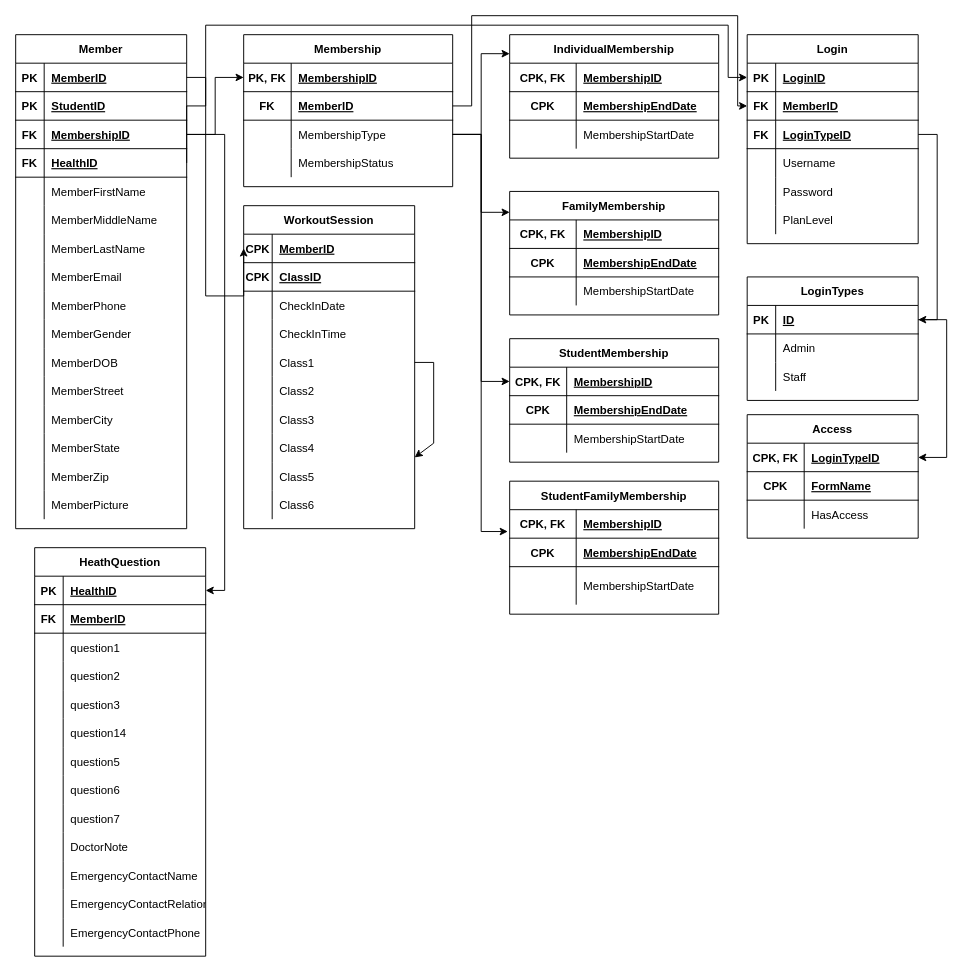
Earlier version of the draw.io diagram Untitled Diagram.drawio (aayushbhurtel/gym-management-system). Source tidied: cells renumbered, new cells numbered last; positions are measured from the earlier drawing's top-left corner, leaving out a move shared by most shapes. Both pictures are drawn from the tidied source at 95%, with x=0, y=0 at pixel (15, 15).
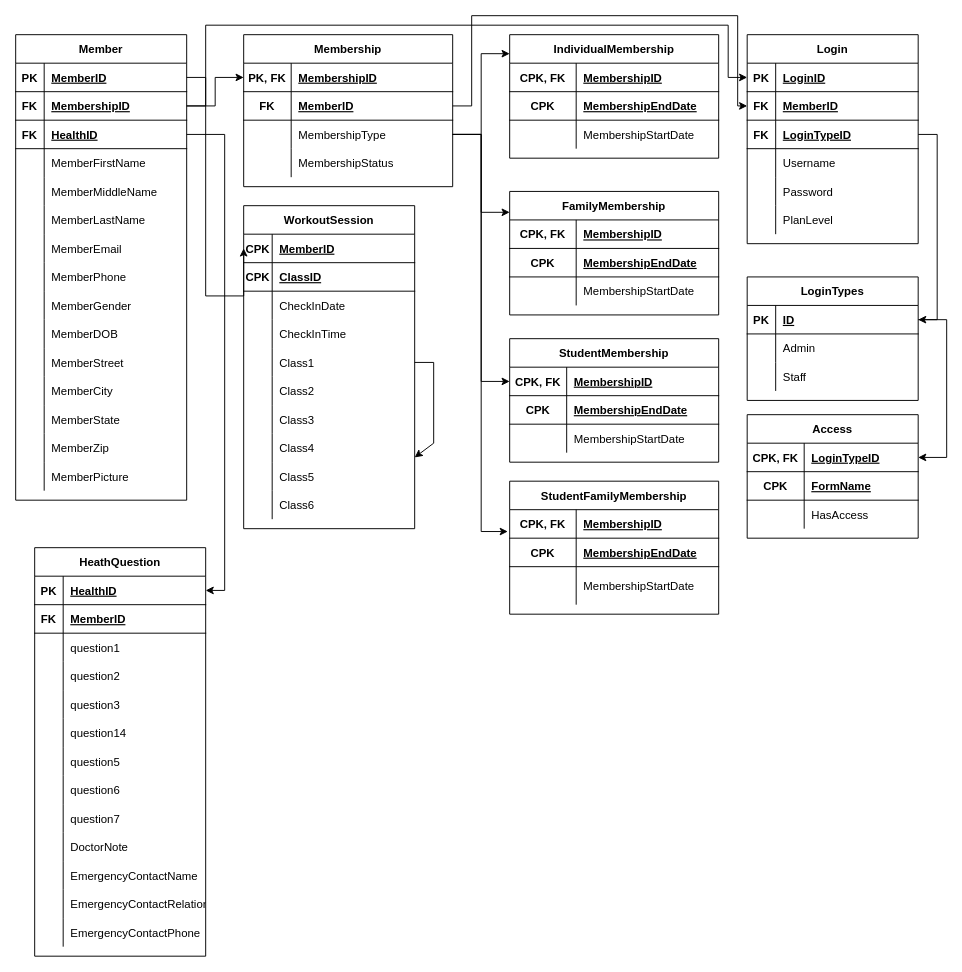
After the change.

The edit, as a diff of the source:
```diff
@@
     <mxCell id="2" value="Member" style="shape=table;startSize=30;childLayout=tableLayout;rowLines=0;fontStyle=1;align=center;" parent="1" vertex="1">
-      <mxGeometry y="20" width="180" height="520" as="geometry" />
+      <mxGeometry y="20" width="180" height="490" as="geometry" />
     </mxCell>
@@
-    <mxCell id="6" style="shape=tableRow;horizontal=0;startSize=0;swimlaneHead=0;swimlaneBody=0;fillColor=none;top=0;left=0;right=0;bottom=1;" parent="2" vertex="1">
-      <mxGeometry y="60" width="180" height="30" as="geometry" />
-    </mxCell>
-    <mxCell id="7" value="PK" style="shape=partialRectangle;fillColor=none;top=0;left=0;bottom=0;right=0;fontStyle=1;overflow=hidden;" parent="6" vertex="1">
-      <mxGeometry width="30" height="30" as="geometry" />
-    </mxCell>
-    <mxCell id="8" value="StudentID" style="shape=partialRectangle;fillColor=none;top=0;left=0;bottom=0;right=0;align=left;spacingLeft=6;fontStyle=5;overflow=hidden;" parent="6" vertex="1">
-      <mxGeometry x="30" width="150" height="30" as="geometry" />
-    </mxCell>
     <mxCell id="9" style="shape=tableRow;horizontal=0;startSize=0;swimlaneHead=0;swimlaneBody=0;fillColor=none;points=[[0,0.5],[1,0.5]];portConstraint=eastwest;top=0;left=0;right=0;bottom=1;" parent="2" vertex="1">
-      <mxGeometry y="90" width="180" height="30" as="geometry" />
+      <mxGeometry y="60" width="180" height="30" as="geometry" />
     </mxCell>
@@
     <mxCell id="12" style="shape=tableRow;horizontal=0;startSize=0;swimlaneHead=0;swimlaneBody=0;fillColor=none;points=[[0,0.5],[1,0.5]];portConstraint=eastwest;top=0;left=0;right=0;bottom=1;" parent="2" vertex="1">
-      <mxGeometry y="120" width="180" height="30" as="geometry" />
+      <mxGeometry y="90" width="180" height="30" as="geometry" />
     </mxCell>
@@
     <mxCell id="15" style="shape=tableRow;horizontal=0;startSize=0;swimlaneHead=0;swimlaneBody=0;fillColor=none;top=0;left=0;right=0;bottom=0;" parent="2" vertex="1">
-      <mxGeometry y="150" width="180" height="30" as="geometry" />
+      <mxGeometry y="120" width="180" height="30" as="geometry" />
     </mxCell>
@@
     <mxCell id="18" style="shape=tableRow;horizontal=0;startSize=0;swimlaneHead=0;swimlaneBody=0;fillColor=none;top=0;left=0;right=0;bottom=0;" parent="2" vertex="1">
-      <mxGeometry y="180" width="180" height="30" as="geometry" />
+      <mxGeometry y="150" width="180" height="30" as="geometry" />
     </mxCell>
@@
     <mxCell id="21" style="shape=tableRow;horizontal=0;startSize=0;swimlaneHead=0;swimlaneBody=0;fillColor=none;top=0;left=0;right=0;bottom=0;" parent="2" vertex="1">
-      <mxGeometry y="210" width="180" height="30" as="geometry" />
+      <mxGeometry y="180" width="180" height="30" as="geometry" />
     </mxCell>
@@
     <mxCell id="24" style="shape=tableRow;horizontal=0;startSize=0;swimlaneHead=0;swimlaneBody=0;fillColor=none;top=0;left=0;right=0;bottom=0;" parent="2" vertex="1">
-      <mxGeometry y="240" width="180" height="30" as="geometry" />
+      <mxGeometry y="210" width="180" height="30" as="geometry" />
     </mxCell>
@@
     <mxCell id="27" style="shape=tableRow;horizontal=0;startSize=0;swimlaneHead=0;swimlaneBody=0;fillColor=none;top=0;left=0;right=0;bottom=0;" parent="2" vertex="1">
-      <mxGeometry y="270" width="180" height="30" as="geometry" />
+      <mxGeometry y="240" width="180" height="30" as="geometry" />
     </mxCell>
@@
     <mxCell id="30" style="shape=tableRow;horizontal=0;startSize=0;swimlaneHead=0;swimlaneBody=0;fillColor=none;top=0;left=0;right=0;bottom=0;" parent="2" vertex="1">
-      <mxGeometry y="300" width="180" height="30" as="geometry" />
+      <mxGeometry y="270" width="180" height="30" as="geometry" />
     </mxCell>
@@
     <mxCell id="33" style="shape=tableRow;horizontal=0;startSize=0;swimlaneHead=0;swimlaneBody=0;fillColor=none;top=0;left=0;right=0;bottom=0;" parent="2" vertex="1">
-      <mxGeometry y="330" width="180" height="30" as="geometry" />
+      <mxGeometry y="300" width="180" height="30" as="geometry" />
     </mxCell>
@@
     <mxCell id="36" style="shape=tableRow;horizontal=0;startSize=0;swimlaneHead=0;swimlaneBody=0;fillColor=none;top=0;left=0;right=0;bottom=0;" parent="2" vertex="1">
-      <mxGeometry y="360" width="180" height="30" as="geometry" />
+      <mxGeometry y="330" width="180" height="30" as="geometry" />
     </mxCell>
@@
     <mxCell id="39" style="shape=tableRow;horizontal=0;startSize=0;swimlaneHead=0;swimlaneBody=0;fillColor=none;top=0;left=0;right=0;bottom=0;" parent="2" vertex="1">
-      <mxGeometry y="390" width="180" height="30" as="geometry" />
+      <mxGeometry y="360" width="180" height="30" as="geometry" />
     </mxCell>
@@
     <mxCell id="42" style="shape=tableRow;horizontal=0;startSize=0;swimlaneHead=0;swimlaneBody=0;fillColor=none;top=0;left=0;right=0;bottom=0;" parent="2" vertex="1">
-      <mxGeometry y="420" width="180" height="30" as="geometry" />
+      <mxGeometry y="390" width="180" height="30" as="geometry" />
     </mxCell>
@@
     <mxCell id="45" style="shape=tableRow;horizontal=0;startSize=0;swimlaneHead=0;swimlaneBody=0;fillColor=none;top=0;left=0;right=0;bottom=0;" parent="2" vertex="1">
-      <mxGeometry y="450" width="180" height="30" as="geometry" />
+      <mxGeometry y="420" width="180" height="30" as="geometry" />
     </mxCell>
@@
     <mxCell id="48" style="shape=tableRow;horizontal=0;startSize=0;swimlaneHead=0;swimlaneBody=0;fillColor=none;top=0;left=0;right=0;bottom=0;" parent="2" vertex="1">
-      <mxGeometry y="480" width="180" height="30" as="geometry" />
+      <mxGeometry y="450" width="180" height="30" as="geometry" />
     </mxCell>
```
